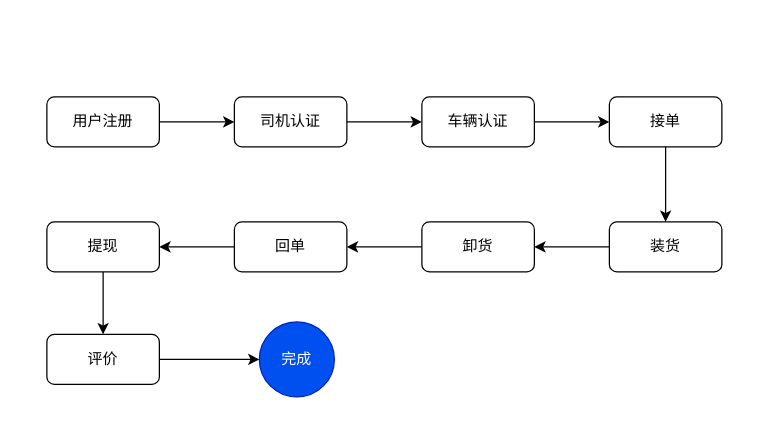
The draw.io diagram 司机业务流程图.drawio in chenyibang/rdpwrap, before the edit. Source tidied: cells renumbered, new cells numbered last; positions are measured from the earlier drawing's top-left corner, leaving out a move shared by most shapes. Both pictures are drawn from the tidied source at 125%, with x=0, y=0 at pixel (46, 96).
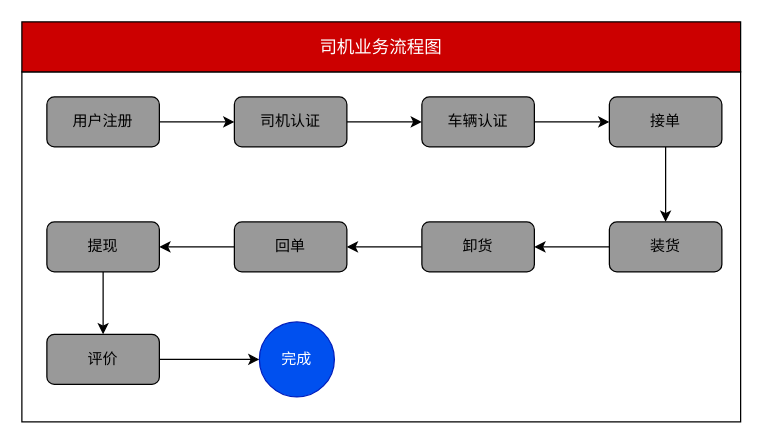
After the change.

Commit message (it also covers changes not shown here):
更新司机业务流程图.drawio

What changed in the source:
```diff
@@
+    <mxCell id="21" style="rounded=0;whiteSpace=wrap;html=1;" parent="1" vertex="1">
+      <mxGeometry x="-20" y="-20" width="575" height="280" as="geometry" />
+    </mxCell>
@@
-    <mxCell id="3" value="用户注册" style="rounded=1;whiteSpace=wrap;html=1;" parent="1" vertex="1">
+    <mxCell id="3" value="用户注册" style="rounded=1;whiteSpace=wrap;html=1;fillColor=#999999;" parent="1" vertex="1">
       <mxGeometry width="90" height="40" as="geometry" />
     </mxCell>
@@
-    <mxCell id="5" value="司机认证" style="rounded=1;whiteSpace=wrap;html=1;" parent="1" vertex="1">
+    <mxCell id="5" value="司机认证" style="rounded=1;whiteSpace=wrap;html=1;fillColor=#999999;" parent="1" vertex="1">
       <mxGeometry x="150" width="90" height="40" as="geometry" />
     </mxCell>
@@
-    <mxCell id="7" value="车辆认证" style="rounded=1;whiteSpace=wrap;html=1;" parent="1" vertex="1">
+    <mxCell id="7" value="车辆认证" style="rounded=1;whiteSpace=wrap;html=1;fillColor=#999999;" parent="1" vertex="1">
       <mxGeometry x="300" width="90" height="40" as="geometry" />
     </mxCell>
@@
-    <mxCell id="9" value="接单" style="rounded=1;whiteSpace=wrap;html=1;" parent="1" vertex="1">
+    <mxCell id="9" value="接单" style="rounded=1;whiteSpace=wrap;html=1;fillColor=#999999;" parent="1" vertex="1">
       <mxGeometry x="450" width="90" height="40" as="geometry" />
     </mxCell>
@@
-    <mxCell id="11" value="装货" style="rounded=1;whiteSpace=wrap;html=1;" parent="1" vertex="1">
+    <mxCell id="11" value="装货" style="rounded=1;whiteSpace=wrap;html=1;fillColor=#999999;" parent="1" vertex="1">
       <mxGeometry x="450" y="100" width="90" height="40" as="geometry" />
     </mxCell>
@@
-    <mxCell id="13" value="卸货" style="rounded=1;whiteSpace=wrap;html=1;" parent="1" vertex="1">
+    <mxCell id="13" value="卸货" style="rounded=1;whiteSpace=wrap;html=1;fillColor=#999999;" parent="1" vertex="1">
       <mxGeometry x="300" y="100" width="90" height="40" as="geometry" />
     </mxCell>
@@
-    <mxCell id="15" value="回单" style="rounded=1;whiteSpace=wrap;html=1;" parent="1" vertex="1">
+    <mxCell id="15" value="回单" style="rounded=1;whiteSpace=wrap;html=1;fillColor=#999999;" parent="1" vertex="1">
       <mxGeometry x="150" y="100" width="90" height="40" as="geometry" />
     </mxCell>
@@
-    <mxCell id="17" value="提现" style="rounded=1;whiteSpace=wrap;html=1;" parent="1" vertex="1">
+    <mxCell id="17" value="提现" style="rounded=1;whiteSpace=wrap;html=1;fillColor=#999999;" parent="1" vertex="1">
       <mxGeometry y="100" width="90" height="40" as="geometry" />
     </mxCell>
@@
-    <mxCell id="19" value="评价" style="rounded=1;whiteSpace=wrap;html=1;" parent="1" vertex="1">
+    <mxCell id="19" value="评价" style="rounded=1;whiteSpace=wrap;html=1;fillColor=#999999;" parent="1" vertex="1">
       <mxGeometry y="190" width="90" height="40" as="geometry" />
     </mxCell>
@@
+    <mxCell id="22" value="司机业务流程图" style="rounded=0;whiteSpace=wrap;html=1;fillColor=#CC0000;fontColor=#FFFFFF;fontSize=14;" parent="1" vertex="1">
+      <mxGeometry x="-20" y="-60" width="575" height="40" as="geometry" />
+    </mxCell>
```
